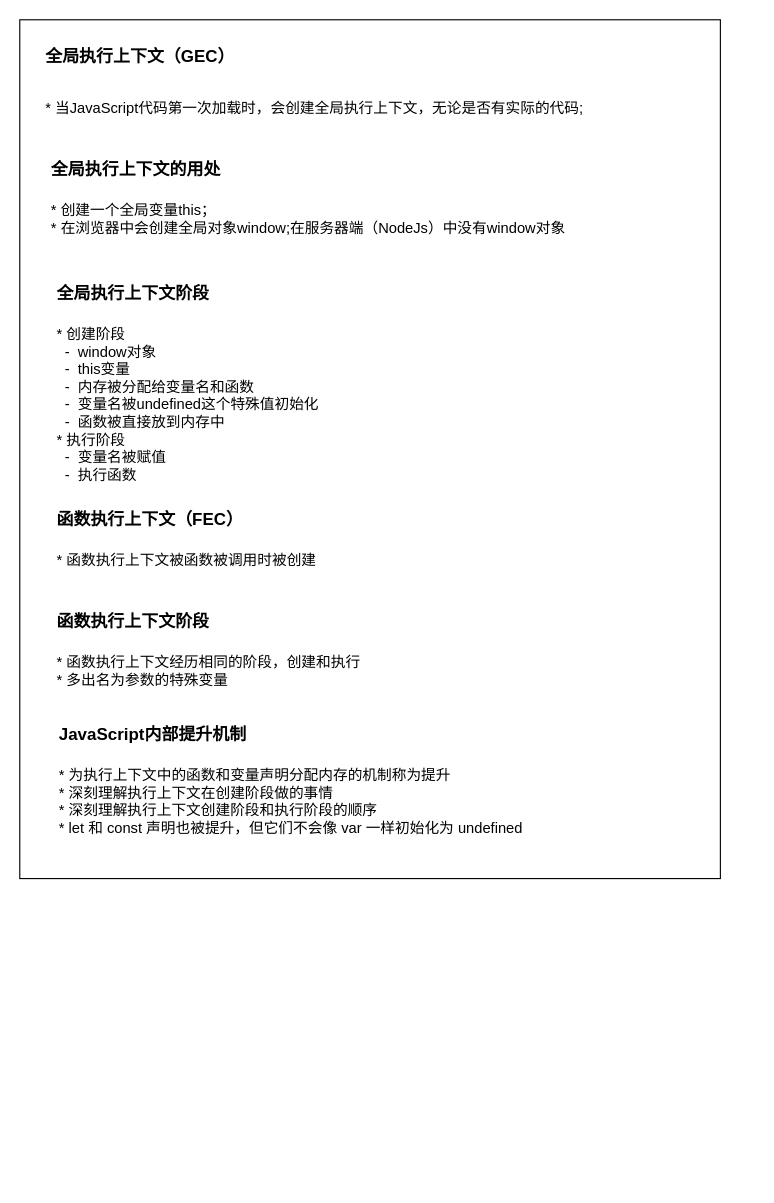
The draw.io diagram page "执行上下文" (2 of 5) of JavaScript-basic.drawio in CreateEngine/javascript-basic, before the edit. Source tidied: cells renumbered, new cells numbered last; positions are measured from the earlier drawing's top-left corner, leaving out a move shared by most shapes. Both pictures are drawn from the tidied source at 113%, with x=0, y=0 at pixel (19, 19).
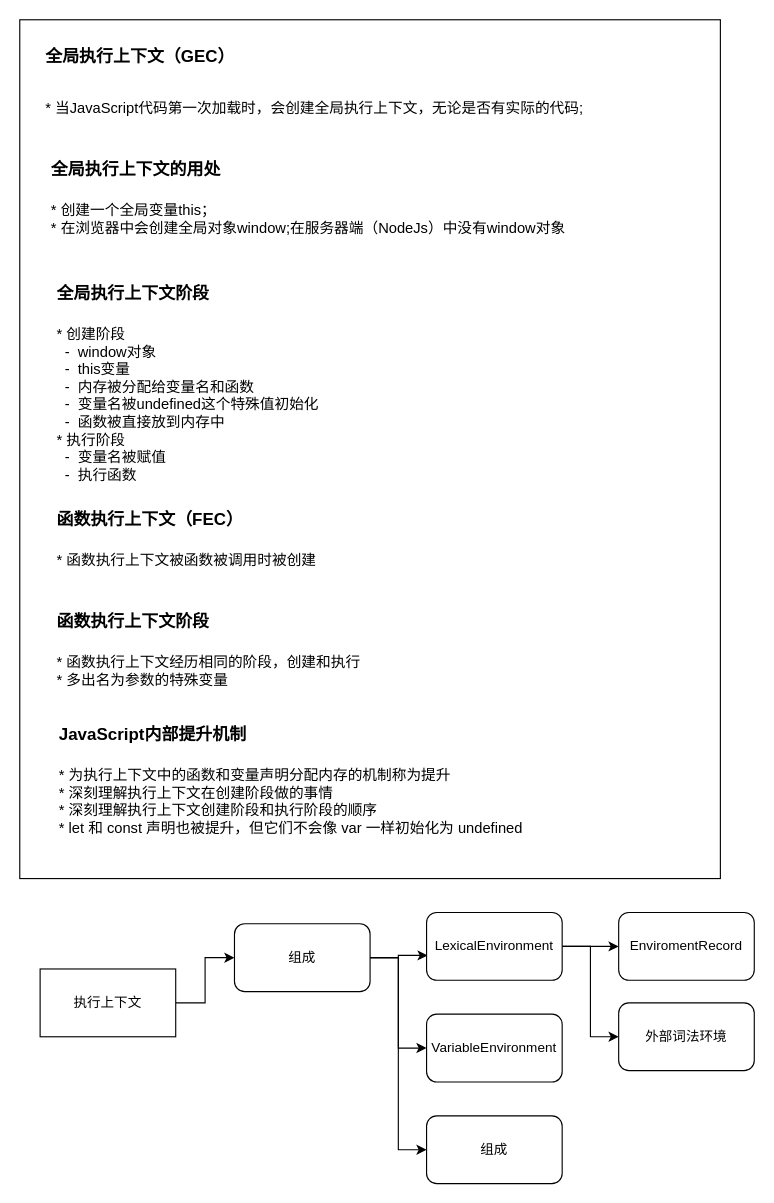
The same diagram, later.

Diff of the diagram source:
```diff
@@
+    <mxCell id="9" style="edgeStyle=orthogonalEdgeStyle;rounded=0;jettySize=auto;html=1;entryX=0;entryY=0.5;entryDx=0;entryDy=0;" parent="1" edge="1" source="10" target="14">
+      <mxGeometry relative="1" as="geometry" />
+    </mxCell>
+    <mxCell id="10" value="执行上下文" style="rounded=0;whiteSpace=wrap;html=1;" parent="1" vertex="1">
+      <mxGeometry x="18" y="840" width="120" height="60" as="geometry" />
+    </mxCell>
+    <mxCell id="11" style="edgeStyle=orthogonalEdgeStyle;rounded=0;jettySize=auto;html=1;entryX=0.008;entryY=0.633;entryDx=0;entryDy=0;entryPerimeter=0;" parent="1" edge="1" source="14" target="17">
+      <mxGeometry relative="1" as="geometry" />
+    </mxCell>
+    <mxCell id="12" style="edgeStyle=orthogonalEdgeStyle;rounded=0;jettySize=auto;html=1;entryX=0;entryY=0.5;entryDx=0;entryDy=0;" parent="1" edge="1" source="14" target="18">
+      <mxGeometry relative="1" as="geometry" />
+    </mxCell>
+    <mxCell id="13" style="edgeStyle=orthogonalEdgeStyle;rounded=0;jettySize=auto;html=1;entryX=0;entryY=0.5;entryDx=0;entryDy=0;" parent="1" edge="1" source="14" target="19">
+      <mxGeometry relative="1" as="geometry" />
+    </mxCell>
+    <mxCell id="14" value="组成" style="rounded=1;whiteSpace=wrap;html=1;" parent="1" vertex="1">
+      <mxGeometry x="190" y="800" width="120" height="60" as="geometry" />
+    </mxCell>
+    <mxCell id="15" style="edgeStyle=orthogonalEdgeStyle;rounded=0;jettySize=auto;html=1;entryX=0;entryY=0.5;entryDx=0;entryDy=0;" parent="1" edge="1" source="17" target="20">
+      <mxGeometry relative="1" as="geometry" />
+    </mxCell>
+    <mxCell id="16" style="edgeStyle=orthogonalEdgeStyle;rounded=0;jettySize=auto;html=1;entryX=0;entryY=0.5;entryDx=0;entryDy=0;" parent="1" edge="1" source="17" target="21">
+      <mxGeometry relative="1" as="geometry" />
+    </mxCell>
+    <mxCell id="17" value="LexicalEnvironment" style="rounded=1;whiteSpace=wrap;html=1;" parent="1" vertex="1">
+      <mxGeometry x="360" y="790" width="120" height="60" as="geometry" />
+    </mxCell>
+    <mxCell id="18" value="VariableEnvironment" style="rounded=1;whiteSpace=wrap;html=1;" parent="1" vertex="1">
+      <mxGeometry x="360" y="880" width="120" height="60" as="geometry" />
+    </mxCell>
+    <mxCell id="19" value="组成" style="rounded=1;whiteSpace=wrap;html=1;" parent="1" vertex="1">
+      <mxGeometry x="360" y="970" width="120" height="60" as="geometry" />
+    </mxCell>
+    <mxCell id="20" value="EnviromentRecord" style="rounded=1;whiteSpace=wrap;html=1;" parent="1" vertex="1">
+      <mxGeometry x="530" y="790" width="120" height="60" as="geometry" />
+    </mxCell>
+    <mxCell id="21" value="外部词法环境" style="rounded=1;whiteSpace=wrap;html=1;" parent="1" vertex="1">
+      <mxGeometry x="530" y="870" width="120" height="60" as="geometry" />
+    </mxCell>
```
